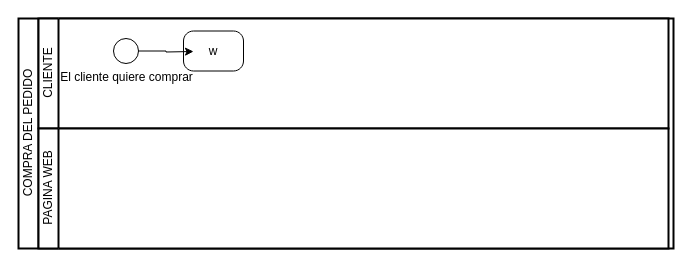
Earlier version of the draw.io diagram Untitled Diagram.drawio (jaime37/DRAWS). Source tidied: cells renumbered, new cells numbered last; positions are measured from the earlier drawing's top-left corner, leaving out a move shared by most shapes. Both pictures are drawn from the tidied source at 100%, with x=0, y=0 at pixel (18, 18).
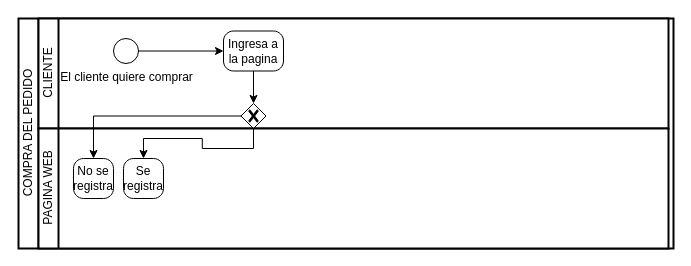
The same page after the edit.

Change to the diagram source:
```diff
@@
 <mxGraphModel>
   <root>
     <mxCell id="0" />
     <mxCell id="1" parent="0" />
     <mxCell id="2" value="COMPRA DEL PEDIDO&lt;br&gt;" style="swimlane;html=1;startSize=20;fontStyle=0;horizontal=0;swimlaneLine=1;swimlaneFillColor=#ffffff;strokeWidth=2;" parent="1" vertex="1">
       <mxGeometry width="655" height="230" as="geometry" />
     </mxCell>
     <mxCell id="3" style="swimlane;html=1;startSize=20;fontStyle=0;horizontal=0;swimlaneLine=0;fillColor=none;" parent="2" vertex="1">
       <mxGeometry x="20" width="630" height="110" as="geometry" />
     </mxCell>
     <mxCell id="4" value="CLIENTE" style="swimlane;html=1;startSize=20;fontStyle=0;horizontal=0;swimlaneLine=1;swimlaneFillColor=#ffffff;strokeWidth=2;" parent="3" vertex="1">
       <mxGeometry width="630" height="110" as="geometry" />
     </mxCell>
     <mxCell id="5" value="&lt;font color=&quot;#000000&quot;&gt;El cliente quiere comprar&lt;/font&gt;" style="points=[[0.145,0.145,0],[0.5,0,0],[0.855,0.145,0],[1,0.5,0],[0.855,0.855,0],[0.5,1,0],[0.145,0.855,0],[0,0.5,0]];shape=mxgraph.bpmn.event;html=1;verticalLabelPosition=bottom;labelBackgroundColor=#ffffff;verticalAlign=top;align=center;perimeter=ellipsePerimeter;outlineConnect=0;outline=standard;symbol=general;" parent="4" vertex="1">
       <mxGeometry x="75" y="20" width="25" height="25" as="geometry" />
     </mxCell>
-    <mxCell id="6" value="w" style="points=[[0.25,0,0],[0.5,0,0],[0.75,0,0],[1,0.25,0],[1,0.5,0],[1,0.75,0],[0.75,1,0],[0.5,1,0],[0.25,1,0],[0,0.75,0],[0,0.5,0],[0,0.25,0]];shape=mxgraph.bpmn.task;whiteSpace=wrap;rectStyle=rounded;size=10;taskMarker=abstract;fontColor=#000000;" parent="4" vertex="1">
-      <mxGeometry x="145" y="12.5" width="60" height="40" as="geometry" />
+    <mxCell id="6" value="Ingresa a la pagina" style="points=[[0.25,0,0],[0.5,0,0],[0.75,0,0],[1,0.25,0],[1,0.5,0],[1,0.75,0],[0.75,1,0],[0.5,1,0],[0.25,1,0],[0,0.75,0],[0,0.5,0],[0,0.25,0]];shape=mxgraph.bpmn.task;whiteSpace=wrap;rectStyle=rounded;size=10;taskMarker=abstract;fontColor=#000000;" parent="4" vertex="1">
+      <mxGeometry x="185" y="12.5" width="60" height="40" as="geometry" />
     </mxCell>
+    <mxCell id="9" style="edgeStyle=orthogonalEdgeStyle;rounded=0;jettySize=auto;html=1;exitX=1;exitY=0.5;exitDx=0;exitDy=0;exitPerimeter=0;fontColor=#000000;strokeColor=#000000;entryX=0;entryY=0.5;entryDx=0;entryDy=0;entryPerimeter=0;" parent="4" edge="1" source="5" target="6">
+      <mxGeometry relative="1" as="geometry" />
+    </mxCell>
+    <mxCell id="10" style="points=[[0.25,0.25,0],[0.5,0,0],[0.75,0.25,0],[1,0.5,0],[0.75,0.75,0],[0.5,1,0],[0.25,0.75,0],[0,0.5,0]];shape=mxgraph.bpmn.gateway2;html=1;verticalLabelPosition=bottom;labelBackgroundColor=#ffffff;verticalAlign=top;align=center;perimeter=rhombusPerimeter;outlineConnect=0;outline=none;symbol=none;gwType=exclusive;" parent="4" vertex="1">
+      <mxGeometry x="202.5" y="85" width="25" height="25" as="geometry" />
+    </mxCell>
+    <mxCell id="11" style="edgeStyle=orthogonalEdgeStyle;rounded=0;jettySize=auto;html=1;exitX=0.5;exitY=1;exitDx=0;exitDy=0;exitPerimeter=0;" parent="4" edge="1" source="6" target="10">
+      <mxGeometry relative="1" as="geometry" />
+    </mxCell>
     <mxCell id="7" style="swimlane;html=1;startSize=20;fontStyle=0;horizontal=0;swimlaneLine=0;fillColor=none;" parent="2" vertex="1">
       <mxGeometry x="20" y="110" width="630" height="120" as="geometry" />
     </mxCell>
     <mxCell id="8" value="PAGINA WEB" style="swimlane;html=1;startSize=20;fontStyle=0;horizontal=0;swimlaneLine=1;swimlaneFillColor=#ffffff;strokeWidth=2;" parent="7" vertex="1">
       <mxGeometry width="630" height="120" as="geometry" />
     </mxCell>
-    <mxCell id="9" style="edgeStyle=orthogonalEdgeStyle;rounded=0;jettySize=auto;html=1;exitX=1;exitY=0.5;exitDx=0;exitDy=0;exitPerimeter=0;fontColor=#000000;strokeColor=#000000;" parent="1" edge="1" source="5">
-      <mxGeometry relative="1" as="geometry">
-        <mxPoint x="175" y="33" as="targetPoint" />
-      </mxGeometry>
-    </mxCell>
+    <mxCell id="12" value="No se registra" style="points=[[0.25,0,0],[0.5,0,0],[0.75,0,0],[1,0.25,0],[1,0.5,0],[1,0.75,0],[0.75,1,0],[0.5,1,0],[0.25,1,0],[0,0.75,0],[0,0.5,0],[0,0.25,0]];shape=mxgraph.bpmn.task;whiteSpace=wrap;rectStyle=rounded;size=10;taskMarker=abstract;" parent="8" vertex="1">
+      <mxGeometry x="35" y="30" width="40" height="40" as="geometry" />
+    </mxCell>
+    <mxCell id="13" value="Se registra" style="points=[[0.25,0,0],[0.5,0,0],[0.75,0,0],[1,0.25,0],[1,0.5,0],[1,0.75,0],[0.75,1,0],[0.5,1,0],[0.25,1,0],[0,0.75,0],[0,0.5,0],[0,0.25,0]];shape=mxgraph.bpmn.task;whiteSpace=wrap;rectStyle=rounded;size=10;taskMarker=abstract;" parent="8" vertex="1">
+      <mxGeometry x="85" y="30" width="40" height="40" as="geometry" />
+    </mxCell>
+    <mxCell id="14" style="edgeStyle=orthogonalEdgeStyle;rounded=0;jettySize=auto;html=1;exitX=0;exitY=0.5;exitDx=0;exitDy=0;exitPerimeter=0;" parent="2" edge="1" source="10" target="12">
+      <mxGeometry relative="1" as="geometry" />
+    </mxCell>
+    <mxCell id="15" style="edgeStyle=orthogonalEdgeStyle;rounded=0;jettySize=auto;html=1;exitX=0.5;exitY=1;exitDx=0;exitDy=0;exitPerimeter=0;" parent="2" edge="1" source="10" target="13">
+      <mxGeometry relative="1" as="geometry" />
+    </mxCell>
   </root>
 </mxGraphModel>
```
